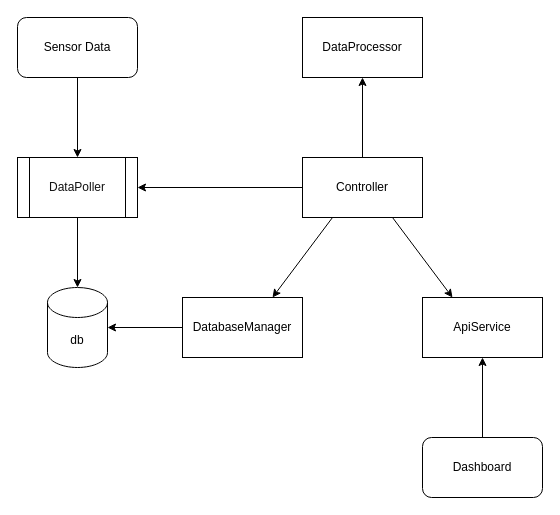
Above: docs/architecture/The Manager.drawio in LucionOne/Eng-software-fproj (draw.io), before the change. Source tidied: cells renumbered, new cells numbered last; positions are measured from the earlier drawing's top-left corner, leaving out a move shared by most shapes. Both pictures are drawn from the tidied source at 100%, with x=0, y=0 at pixel (17, 17).
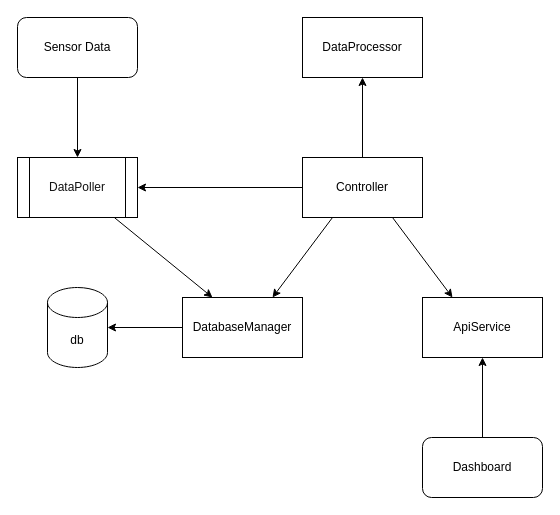
The same page after the edit.

Change to the diagram source:
```diff
@@
 <mxGraphModel>
   <root>
     <mxCell id="0" />
     <mxCell id="1" parent="0" />
     <mxCell id="2" value="db" style="shape=cylinder3;whiteSpace=wrap;html=1;boundedLbl=1;backgroundOutline=1;size=15;" parent="1" vertex="1">
       <mxGeometry x="30" y="270" width="60" height="80" as="geometry" />
     </mxCell>
     <mxCell id="3" style="edgeStyle=none;html=1;entryX=0.5;entryY=1;entryDx=0;entryDy=0;" parent="1" edge="1" source="4" target="15">
       <mxGeometry relative="1" as="geometry" />
     </mxCell>
     <mxCell id="4" value="Dashboard" style="rounded=1;whiteSpace=wrap;html=1;" parent="1" vertex="1">
       <mxGeometry x="405" y="420" width="120" height="60" as="geometry" />
     </mxCell>
     <mxCell id="5" style="edgeStyle=none;html=1;entryX=0.5;entryY=0;entryDx=0;entryDy=0;" parent="1" edge="1" source="6" target="16">
       <mxGeometry relative="1" as="geometry" />
     </mxCell>
     <mxCell id="6" value="Sensor Data" style="rounded=1;whiteSpace=wrap;html=1;" parent="1" vertex="1">
       <mxGeometry width="120" height="60" as="geometry" />
     </mxCell>
     <mxCell id="7" style="edgeStyle=none;html=1;" parent="1" edge="1" source="8" target="2">
       <mxGeometry relative="1" as="geometry" />
     </mxCell>
     <mxCell id="8" value="DatabaseManager" style="rounded=0;whiteSpace=wrap;html=1;" parent="1" vertex="1">
       <mxGeometry x="165" y="280" width="120" height="60" as="geometry" />
     </mxCell>
     <mxCell id="9" value="DataProcessor" style="rounded=0;whiteSpace=wrap;html=1;" parent="1" vertex="1">
       <mxGeometry x="285" width="120" height="60" as="geometry" />
     </mxCell>
     <mxCell id="10" style="edgeStyle=none;html=1;exitX=0.75;exitY=1;exitDx=0;exitDy=0;entryX=0.25;entryY=0;entryDx=0;entryDy=0;" parent="1" edge="1" source="14" target="15">
       <mxGeometry relative="1" as="geometry" />
     </mxCell>
     <mxCell id="11" style="edgeStyle=none;html=1;" parent="1" edge="1" source="14" target="9">
       <mxGeometry relative="1" as="geometry" />
     </mxCell>
     <mxCell id="12" style="edgeStyle=none;html=1;entryX=1;entryY=0.5;entryDx=0;entryDy=0;" parent="1" edge="1" source="14" target="16">
       <mxGeometry relative="1" as="geometry" />
     </mxCell>
     <mxCell id="13" style="edgeStyle=none;html=1;exitX=0.25;exitY=1;exitDx=0;exitDy=0;entryX=0.75;entryY=0;entryDx=0;entryDy=0;" parent="1" edge="1" source="14" target="8">
       <mxGeometry relative="1" as="geometry" />
     </mxCell>
     <mxCell id="14" value="Controller" style="rounded=0;whiteSpace=wrap;html=1;" parent="1" vertex="1">
       <mxGeometry x="285" y="140" width="120" height="60" as="geometry" />
     </mxCell>
     <mxCell id="15" value="ApiService" style="rounded=0;whiteSpace=wrap;html=1;" parent="1" vertex="1">
       <mxGeometry x="405" y="280" width="120" height="60" as="geometry" />
     </mxCell>
     <mxCell id="16" value="&lt;font color=&quot;#121212&quot;&gt;DataPoller&lt;/font&gt;" style="shape=process;whiteSpace=wrap;html=1;backgroundOutline=1;" parent="1" vertex="1">
       <mxGeometry y="140" width="120" height="60" as="geometry" />
     </mxCell>
-    <mxCell id="17" style="edgeStyle=none;html=1;entryX=0.5;entryY=0;entryDx=0;entryDy=0;entryPerimeter=0;" parent="1" edge="1" source="16" target="2">
+    <mxCell id="17" style="edgeStyle=none;html=1;entryX=0.25;entryY=0;entryDx=0;entryDy=0;" parent="1" edge="1" source="16" target="8">
       <mxGeometry relative="1" as="geometry" />
     </mxCell>
   </root>
 </mxGraphModel>
```
